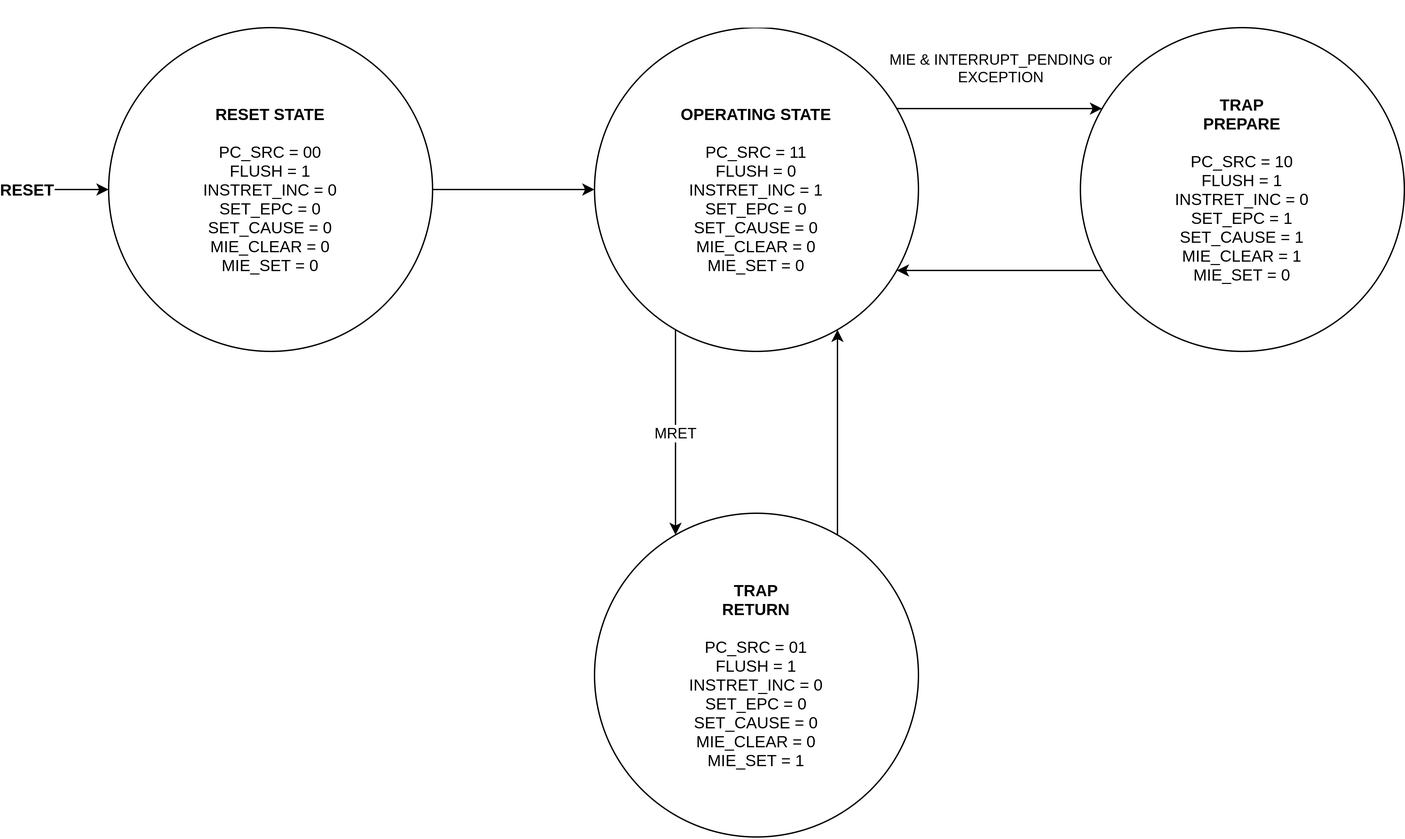
Before: images/steel-fsm.png, a diagram exported from draw.io (mfkiwl/steel-core). Source tidied: cells renumbered, new cells last; positions are measured from the earlier drawing's top-left corner, leaving out a move shared by most shapes. Source of this version:
```xml
<mxGraphModel>
  <root>
    <mxCell id="0" />
    <mxCell id="1" parent="0" />
    <mxCell id="2" style="edgeStyle=orthogonalEdgeStyle;rounded=0;jettySize=auto;html=1;fontSize=12;" parent="1" edge="1" source="3" target="6">
      <mxGeometry relative="1" as="geometry" />
    </mxCell>
    <mxCell id="3" value="&lt;b style=&quot;font-size: 12px&quot;&gt;RESET STATE&lt;br style=&quot;font-size: 12px&quot;&gt;&lt;/b&gt;&lt;br style=&quot;font-size: 12px&quot;&gt;PC_SRC = 00&lt;br&gt;FLUSH = 1&lt;br&gt;INSTRET_INC = 0&lt;br&gt;SET_EPC = 0&lt;br&gt;SET_CAUSE = 0&lt;br&gt;MIE_CLEAR = 0&lt;br&gt;MIE_SET = 0" style="ellipse;whiteSpace=wrap;html=1;fontSize=12;" parent="1" vertex="1">
      <mxGeometry x="80" y="20" width="240" height="240" as="geometry" />
    </mxCell>
    <mxCell id="4" value="MIE &amp;amp; INTERRUPT_PENDING or&lt;br&gt;EXCEPTION" style="edgeStyle=orthogonalEdgeStyle;rounded=0;jettySize=auto;html=1;labelBackgroundColor=none;" parent="1" edge="1" source="6" target="8">
      <mxGeometry y="30" relative="1" as="geometry">
        <Array as="points">
          <mxPoint x="740" y="80" />
          <mxPoint x="740" y="80" />
        </Array>
        <mxPoint x="1" as="offset" />
      </mxGeometry>
    </mxCell>
    <mxCell id="5" value="MRET" style="edgeStyle=orthogonalEdgeStyle;rounded=0;jettySize=auto;html=1;labelBackgroundColor=#ffffff;" parent="1" edge="1" source="6" target="10">
      <mxGeometry relative="1" as="geometry">
        <Array as="points">
          <mxPoint x="500" y="300" />
          <mxPoint x="500" y="300" />
        </Array>
        <mxPoint y="1" as="offset" />
      </mxGeometry>
    </mxCell>
    <mxCell id="6" value="&lt;b&gt;OPERATING STATE&lt;br&gt;&lt;/b&gt;&lt;br style=&quot;font-size: 12px&quot;&gt;PC_SRC = 11&lt;br&gt;FLUSH&amp;nbsp;= 0&lt;br&gt;INSTRET_INC = 1&lt;br&gt;SET_EPC = 0&lt;br&gt;SET_CAUSE = 0&lt;br&gt;MIE_CLEAR = 0&lt;br&gt;MIE_SET = 0" style="ellipse;whiteSpace=wrap;html=1;fontSize=12;" parent="1" vertex="1">
      <mxGeometry x="440" y="20" width="240" height="240" as="geometry" />
    </mxCell>
    <mxCell id="7" style="edgeStyle=orthogonalEdgeStyle;rounded=0;jettySize=auto;html=1;labelBackgroundColor=none;" parent="1" edge="1" source="8" target="6">
      <mxGeometry relative="1" as="geometry">
        <Array as="points">
          <mxPoint x="740" y="200" />
          <mxPoint x="740" y="200" />
        </Array>
      </mxGeometry>
    </mxCell>
    <mxCell id="8" value="&lt;b&gt;TRAP&lt;br&gt;PREPARE&lt;/b&gt;&lt;br&gt;&lt;br style=&quot;font-size: 12px&quot;&gt;PC_SRC = 10&lt;br&gt;FLUSH&amp;nbsp;= 1&lt;br&gt;INSTRET_INC = 0&lt;br&gt;SET_EPC = 1&lt;br&gt;SET_CAUSE = 1&lt;br&gt;MIE_CLEAR = 1&lt;br&gt;MIE_SET = 0" style="ellipse;whiteSpace=wrap;html=1;fontSize=12;" parent="1" vertex="1">
      <mxGeometry x="800" y="20" width="240" height="240" as="geometry" />
    </mxCell>
    <mxCell id="9" style="edgeStyle=orthogonalEdgeStyle;rounded=0;jettySize=auto;html=1;labelBackgroundColor=none;" parent="1" edge="1" source="10" target="6">
      <mxGeometry relative="1" as="geometry">
        <Array as="points">
          <mxPoint x="620" y="310" />
          <mxPoint x="620" y="310" />
        </Array>
      </mxGeometry>
    </mxCell>
    <mxCell id="10" value="&lt;b&gt;TRAP&lt;br&gt;RETURN&lt;/b&gt;&lt;br&gt;&lt;br style=&quot;font-size: 12px&quot;&gt;PC_SRC = 01&lt;br&gt;FLUSH&amp;nbsp;= 1&lt;br&gt;INSTRET_INC = 0&lt;br&gt;SET_EPC = 0&lt;br&gt;SET_CAUSE = 0&lt;br&gt;MIE_CLEAR = 0&lt;br&gt;MIE_SET = 1" style="ellipse;whiteSpace=wrap;html=1;fontSize=12;" parent="1" vertex="1">
      <mxGeometry x="440" y="380" width="240" height="240" as="geometry" />
    </mxCell>
    <mxCell id="11" style="edgeStyle=orthogonalEdgeStyle;rounded=0;jettySize=auto;html=1;fontSize=12;" parent="1" edge="1" source="12" target="3">
      <mxGeometry relative="1" as="geometry" />
    </mxCell>
    <mxCell id="12" value="RESET" style="text;html=1;strokeColor=none;fillColor=none;align=center;verticalAlign=middle;whiteSpace=wrap;rounded=0;fontStyle=1;" parent="1" vertex="1">
      <mxGeometry y="130" width="40" height="20" as="geometry" />
    </mxCell>
    <mxCell id="13" style="rounded=0;whiteSpace=wrap;html=1;gradientColor=none;strokeColor=none;" parent="1" vertex="1">
      <mxGeometry x="545" width="30" height="20" as="geometry" />
    </mxCell>
  </root>
</mxGraphModel>
```
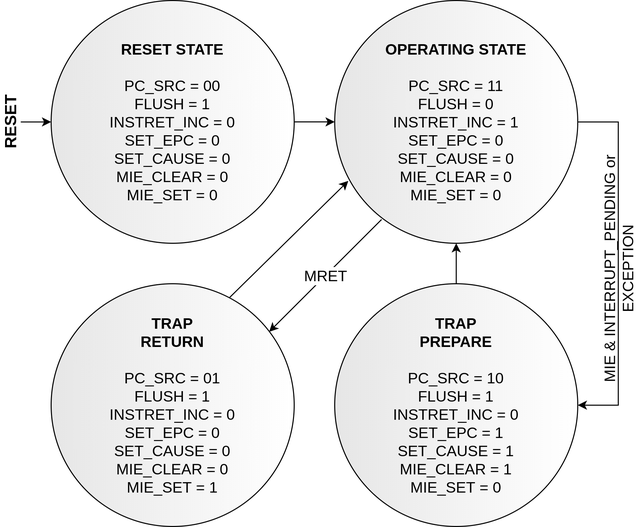
After the commit.

Change to the diagram source:
```diff
@@ -5,60 +5,45 @@
     <mxCell id="2" style="edgeStyle=orthogonalEdgeStyle;rounded=0;jettySize=auto;html=1;fontSize=12;" parent="1" edge="1" source="3" target="6">
       <mxGeometry relative="1" as="geometry" />
     </mxCell>
-    <mxCell id="3" value="&lt;b style=&quot;font-size: 12px&quot;&gt;RESET STATE&lt;br style=&quot;font-size: 12px&quot;&gt;&lt;/b&gt;&lt;br style=&quot;font-size: 12px&quot;&gt;PC_SRC = 00&lt;br&gt;FLUSH = 1&lt;br&gt;INSTRET_INC = 0&lt;br&gt;SET_EPC = 0&lt;br&gt;SET_CAUSE = 0&lt;br&gt;MIE_CLEAR = 0&lt;br&gt;MIE_SET = 0" style="ellipse;whiteSpace=wrap;html=1;fontSize=12;" parent="1" vertex="1">
-      <mxGeometry x="80" y="20" width="240" height="240" as="geometry" />
+    <mxCell id="3" value="&lt;b style=&quot;font-size: 15px;&quot;&gt;RESET STATE&lt;br style=&quot;font-size: 15px;&quot;&gt;&lt;/b&gt;&lt;br style=&quot;font-size: 15px;&quot;&gt;PC_SRC = 00&lt;br style=&quot;font-size: 15px;&quot;&gt;FLUSH = 1&lt;br style=&quot;font-size: 15px;&quot;&gt;INSTRET_INC = 0&lt;br style=&quot;font-size: 15px;&quot;&gt;SET_EPC = 0&lt;br style=&quot;font-size: 15px;&quot;&gt;SET_CAUSE = 0&lt;br style=&quot;font-size: 15px;&quot;&gt;MIE_CLEAR = 0&lt;br style=&quot;font-size: 15px;&quot;&gt;MIE_SET = 0" style="ellipse;whiteSpace=wrap;html=1;fontSize=15;gradientColor=#E6E6E6;fillColor=#FFFFFF;gradientDirection=west;" parent="1" vertex="1">
+      <mxGeometry x="160" y="20" width="240" height="240" as="geometry" />
     </mxCell>
-    <mxCell id="4" value="MIE &amp;amp; INTERRUPT_PENDING or&lt;br&gt;EXCEPTION" style="edgeStyle=orthogonalEdgeStyle;rounded=0;jettySize=auto;html=1;labelBackgroundColor=none;" parent="1" edge="1" source="6" target="8">
-      <mxGeometry y="30" relative="1" as="geometry">
+    <mxCell id="4" value="MIE &amp;amp; INTERRUPT_PENDING or&lt;br style=&quot;font-size: 15px;&quot;&gt;EXCEPTION" style="edgeStyle=orthogonalEdgeStyle;rounded=0;jettySize=auto;html=1;labelBackgroundColor=none;fontSize=15;horizontal=0;" parent="1" edge="1" source="6" target="8">
+      <mxGeometry x="0.03" relative="1" as="geometry">
         <Array as="points">
-          <mxPoint x="740" y="80" />
-          <mxPoint x="740" y="80" />
+          <mxPoint x="720" y="140" />
+          <mxPoint x="720" y="420" />
         </Array>
-        <mxPoint x="1" as="offset" />
       </mxGeometry>
     </mxCell>
-    <mxCell id="5" value="MRET" style="edgeStyle=orthogonalEdgeStyle;rounded=0;jettySize=auto;html=1;labelBackgroundColor=#ffffff;" parent="1" edge="1" source="6" target="10">
-      <mxGeometry relative="1" as="geometry">
-        <Array as="points">
-          <mxPoint x="500" y="300" />
-          <mxPoint x="500" y="300" />
-        </Array>
-        <mxPoint y="1" as="offset" />
-      </mxGeometry>
-    </mxCell>
-    <mxCell id="6" value="&lt;b&gt;OPERATING STATE&lt;br&gt;&lt;/b&gt;&lt;br style=&quot;font-size: 12px&quot;&gt;PC_SRC = 11&lt;br&gt;FLUSH&amp;nbsp;= 0&lt;br&gt;INSTRET_INC = 1&lt;br&gt;SET_EPC = 0&lt;br&gt;SET_CAUSE = 0&lt;br&gt;MIE_CLEAR = 0&lt;br&gt;MIE_SET = 0" style="ellipse;whiteSpace=wrap;html=1;fontSize=12;" parent="1" vertex="1">
+    <mxCell id="6" value="&lt;b style=&quot;font-size: 15px;&quot;&gt;OPERATING STATE&lt;br style=&quot;font-size: 15px;&quot;&gt;&lt;/b&gt;&lt;br style=&quot;font-size: 15px;&quot;&gt;PC_SRC = 11&lt;br style=&quot;font-size: 15px;&quot;&gt;FLUSH&amp;nbsp;= 0&lt;br style=&quot;font-size: 15px;&quot;&gt;INSTRET_INC = 1&lt;br style=&quot;font-size: 15px;&quot;&gt;SET_EPC = 0&lt;br style=&quot;font-size: 15px;&quot;&gt;SET_CAUSE = 0&lt;br style=&quot;font-size: 15px;&quot;&gt;MIE_CLEAR = 0&lt;br style=&quot;font-size: 15px;&quot;&gt;MIE_SET = 0" style="ellipse;whiteSpace=wrap;html=1;fontSize=15;gradientColor=#E6E6E6;fillColor=#FFFFFF;gradientDirection=west;" parent="1" vertex="1">
       <mxGeometry x="440" y="20" width="240" height="240" as="geometry" />
     </mxCell>
     <mxCell id="7" style="edgeStyle=orthogonalEdgeStyle;rounded=0;jettySize=auto;html=1;labelBackgroundColor=none;" parent="1" edge="1" source="8" target="6">
       <mxGeometry relative="1" as="geometry">
         <Array as="points">
-          <mxPoint x="740" y="200" />
-          <mxPoint x="740" y="200" />
+          <mxPoint x="580" y="270" />
+          <mxPoint x="580" y="270" />
         </Array>
       </mxGeometry>
     </mxCell>
-    <mxCell id="8" value="&lt;b&gt;TRAP&lt;br&gt;PREPARE&lt;/b&gt;&lt;br&gt;&lt;br style=&quot;font-size: 12px&quot;&gt;PC_SRC = 10&lt;br&gt;FLUSH&amp;nbsp;= 1&lt;br&gt;INSTRET_INC = 0&lt;br&gt;SET_EPC = 1&lt;br&gt;SET_CAUSE = 1&lt;br&gt;MIE_CLEAR = 1&lt;br&gt;MIE_SET = 0" style="ellipse;whiteSpace=wrap;html=1;fontSize=12;" parent="1" vertex="1">
-      <mxGeometry x="800" y="20" width="240" height="240" as="geometry" />
+    <mxCell id="8" value="&lt;b style=&quot;font-size: 15px;&quot;&gt;TRAP&lt;br style=&quot;font-size: 15px;&quot;&gt;PREPARE&lt;/b&gt;&lt;br style=&quot;font-size: 15px;&quot;&gt;&lt;br style=&quot;font-size: 15px;&quot;&gt;PC_SRC = 10&lt;br style=&quot;font-size: 15px;&quot;&gt;FLUSH&amp;nbsp;= 1&lt;br style=&quot;font-size: 15px;&quot;&gt;INSTRET_INC = 0&lt;br style=&quot;font-size: 15px;&quot;&gt;SET_EPC = 1&lt;br style=&quot;font-size: 15px;&quot;&gt;SET_CAUSE = 1&lt;br style=&quot;font-size: 15px;&quot;&gt;MIE_CLEAR = 1&lt;br style=&quot;font-size: 15px;&quot;&gt;MIE_SET = 0" style="ellipse;whiteSpace=wrap;html=1;fontSize=15;gradientColor=#E6E6E6;fillColor=#FFFFFF;gradientDirection=west;" parent="1" vertex="1">
+      <mxGeometry x="440" y="300" width="240" height="240" as="geometry" />
     </mxCell>
-    <mxCell id="9" style="edgeStyle=orthogonalEdgeStyle;rounded=0;jettySize=auto;html=1;labelBackgroundColor=none;" parent="1" edge="1" source="10" target="6">
-      <mxGeometry relative="1" as="geometry">
-        <Array as="points">
-          <mxPoint x="620" y="310" />
-          <mxPoint x="620" y="310" />
-        </Array>
-      </mxGeometry>
-    </mxCell>
-    <mxCell id="10" value="&lt;b&gt;TRAP&lt;br&gt;RETURN&lt;/b&gt;&lt;br&gt;&lt;br style=&quot;font-size: 12px&quot;&gt;PC_SRC = 01&lt;br&gt;FLUSH&amp;nbsp;= 1&lt;br&gt;INSTRET_INC = 0&lt;br&gt;SET_EPC = 0&lt;br&gt;SET_CAUSE = 0&lt;br&gt;MIE_CLEAR = 0&lt;br&gt;MIE_SET = 1" style="ellipse;whiteSpace=wrap;html=1;fontSize=12;" parent="1" vertex="1">
-      <mxGeometry x="440" y="380" width="240" height="240" as="geometry" />
+    <mxCell id="10" value="&lt;b style=&quot;font-size: 15px;&quot;&gt;TRAP&lt;br style=&quot;font-size: 15px;&quot;&gt;RETURN&lt;/b&gt;&lt;br style=&quot;font-size: 15px;&quot;&gt;&lt;br style=&quot;font-size: 15px;&quot;&gt;PC_SRC = 01&lt;br style=&quot;font-size: 15px;&quot;&gt;FLUSH&amp;nbsp;= 1&lt;br style=&quot;font-size: 15px;&quot;&gt;INSTRET_INC = 0&lt;br style=&quot;font-size: 15px;&quot;&gt;SET_EPC = 0&lt;br style=&quot;font-size: 15px;&quot;&gt;SET_CAUSE = 0&lt;br style=&quot;font-size: 15px;&quot;&gt;MIE_CLEAR = 0&lt;br style=&quot;font-size: 15px;&quot;&gt;MIE_SET = 1" style="ellipse;whiteSpace=wrap;html=1;fontSize=15;gradientColor=#E6E6E6;fillColor=#FFFFFF;gradientDirection=west;" parent="1" vertex="1">
+      <mxGeometry x="160" y="300" width="240" height="240" as="geometry" />
     </mxCell>
     <mxCell id="11" style="edgeStyle=orthogonalEdgeStyle;rounded=0;jettySize=auto;html=1;fontSize=12;" parent="1" edge="1" source="12" target="3">
       <mxGeometry relative="1" as="geometry" />
     </mxCell>
-    <mxCell id="12" value="RESET" style="text;html=1;strokeColor=none;fillColor=none;align=center;verticalAlign=middle;whiteSpace=wrap;rounded=0;fontStyle=1;" parent="1" vertex="1">
-      <mxGeometry y="130" width="40" height="20" as="geometry" />
+    <mxCell id="12" value="RESET" style="text;html=1;strokeColor=none;fillColor=none;align=center;verticalAlign=middle;whiteSpace=wrap;rounded=0;fontStyle=1;fontSize=16;horizontal=0;" parent="1" vertex="1">
+      <mxGeometry x="110" y="130" width="20" height="20" as="geometry" />
     </mxCell>
-    <mxCell id="13" style="rounded=0;whiteSpace=wrap;html=1;gradientColor=none;strokeColor=none;" parent="1" vertex="1">
-      <mxGeometry x="545" width="30" height="20" as="geometry" />
-    </mxCell>
+    <mxCell id="9" style="endArrow=classic;html=1;fontSize=16;exitX=0.735;exitY=0.056;exitDx=0;exitDy=0;exitPerimeter=0;entryX=0.056;entryY=0.743;entryDx=0;entryDy=0;entryPerimeter=0;" parent="1" edge="1" source="10" target="6">
+      <mxGeometry relative="1" as="geometry" />
+    </mxCell>
+    <mxCell id="5" value="MRET" style="endArrow=classic;html=1;fontSize=15;entryX=0.897;entryY=0.198;entryDx=0;entryDy=0;exitX=0.193;exitY=0.902;exitDx=0;exitDy=0;exitPerimeter=0;entryPerimeter=0;" parent="1" edge="1" source="6" target="10">
+      <mxGeometry relative="1" as="geometry" />
+    </mxCell>
   </root>
 </mxGraphModel>
```
